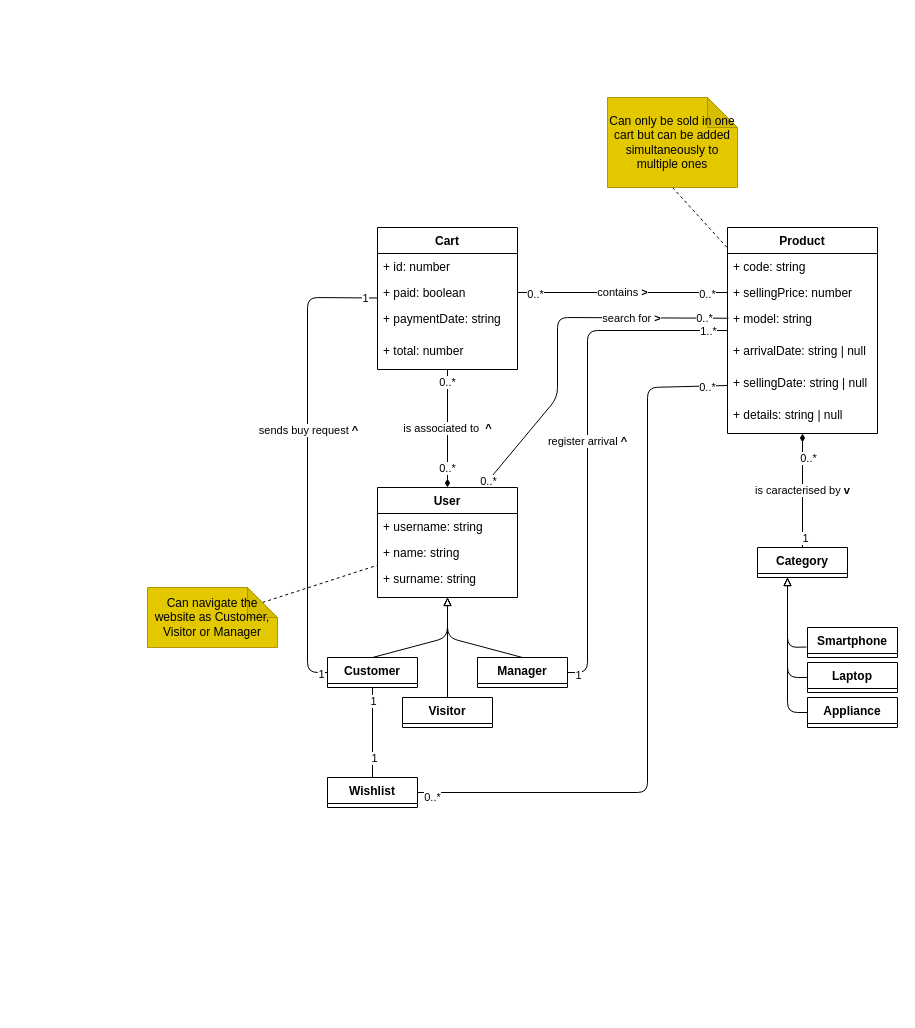
The draw.io diagram page "V2" (2 of 2) of figures/glossary.drawio in eduardz1/EZElectronics, before the edit. Source tidied: cells renumbered, new cells numbered last; positions are measured from the earlier drawing's top-left corner, leaving out a move shared by most shapes. Both pictures are drawn from the tidied source at 100%, with x=0, y=0 at pixel (147, 97).
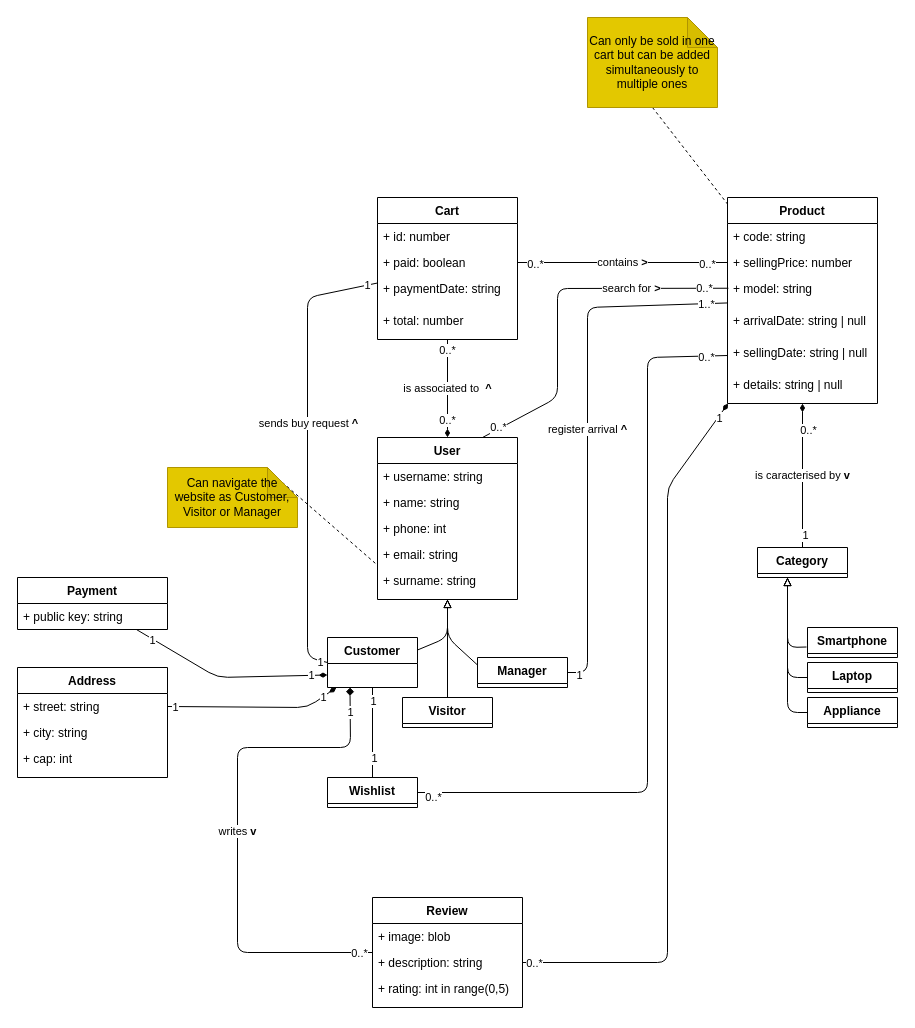
The same diagram, later.

The change refers to these unchanged cells:
```xml
<mxCell id="26" value="Manager" style="swimlane;fontStyle=1;horizontal=1;startSize=26;fillColor=none;" parent="1" vertex="1">
  <mxGeometry x="330" y="560" width="90" height="30" as="geometry" />
</mxCell>
<mxCell id="35" value="+ model: string" style="text;strokeColor=none;fillColor=none;align=left;verticalAlign=top;spacingLeft=4;spacingRight=4;overflow=hidden;points=[[0,0.5],[1,0.5]];portConstraint=eastwest;" parent="32" vertex="1">
  <mxGeometry y="78" width="150" height="32" as="geometry" />
</mxCell>
<mxCell id="37" value="+ sellingDate: string | null" style="text;strokeColor=none;fillColor=none;align=left;verticalAlign=top;spacingLeft=4;spacingRight=4;overflow=hidden;points=[[0,0.5],[1,0.5]];portConstraint=eastwest;" parent="32" vertex="1">
  <mxGeometry y="142" width="150" height="32" as="geometry" />
</mxCell>
<mxCell id="57" value="Wishlist" style="swimlane;fontStyle=1;horizontal=1;startSize=26;fillColor=none;" parent="1" vertex="1">
  <mxGeometry x="180" y="680" width="90" height="30" as="geometry" />
</mxCell>
```

Change to the diagram source:
```diff
@@
     <mxCell id="5" style="edgeStyle=none;html=1;exitX=0.75;exitY=0;exitDx=0;exitDy=0;endArrow=none;endFill=0;entryX=0.006;entryY=0.398;entryDx=0;entryDy=0;entryPerimeter=0;" parent="1" edge="1" source="9" target="35">
       <mxGeometry relative="1" as="geometry">
         <Array as="points">
           <mxPoint x="410" y="300" />
-          <mxPoint x="410" y="220" />
+          <mxPoint x="410" y="191" />
         </Array>
       </mxGeometry>
     </mxCell>
@@
     <mxCell id="8" value="0..*" style="edgeLabel;html=1;align=center;verticalAlign=middle;" parent="5" vertex="1">
-      <mxGeometry x="-0.95" relative="1" as="geometry" />
+      <mxGeometry x="-0.95" relative="1" as="geometry">
+        <mxPoint x="8" y="-6" as="offset" />
+      </mxGeometry>
     </mxCell>
     <mxCell id="9" value="User" style="swimlane;fontStyle=1;horizontal=1;startSize=26;fillColor=none;" parent="1" vertex="1">
-      <mxGeometry x="230" y="390" width="140" height="110" as="geometry" />
+      <mxGeometry x="230" y="340" width="140" height="162" as="geometry" />
     </mxCell>
@@
+    <mxCell id="62" value="+ phone: int" style="text;strokeColor=none;fillColor=none;align=left;verticalAlign=top;spacingLeft=4;spacingRight=4;overflow=hidden;" parent="9" vertex="1">
+      <mxGeometry y="78" width="140" height="26" as="geometry" />
+    </mxCell>
+    <mxCell id="63" value="+ email: string" style="text;strokeColor=none;fillColor=none;align=left;verticalAlign=top;spacingLeft=4;spacingRight=4;overflow=hidden;" parent="9" vertex="1">
+      <mxGeometry y="104" width="140" height="26" as="geometry" />
+    </mxCell>
     <mxCell id="12" value="+ surname: string" style="text;strokeColor=none;fillColor=none;align=left;verticalAlign=top;spacingLeft=4;spacingRight=4;overflow=hidden;points=[[0,0.5],[1,0.5]];portConstraint=eastwest;" parent="9" vertex="1">
-      <mxGeometry y="78" width="140" height="32" as="geometry" />
+      <mxGeometry y="130" width="140" height="32" as="geometry" />
     </mxCell>
-    <mxCell id="13" style="edgeStyle=none;html=1;exitX=0.5;exitY=0;exitDx=0;exitDy=0;endArrow=block;endFill=0;" parent="1" edge="1" source="21" target="9">
+    <mxCell id="13" style="edgeStyle=none;html=1;exitX=1;exitY=0.25;exitDx=0;exitDy=0;endArrow=block;endFill=0;" parent="1" edge="1" source="21" target="9">
       <mxGeometry relative="1" as="geometry">
         <Array as="points">
           <mxPoint x="300" y="540" />
         </Array>
       </mxGeometry>
     </mxCell>
     <mxCell id="14" style="edgeStyle=none;html=1;exitX=0;exitY=0.5;exitDx=0;exitDy=0;startArrow=none;startFill=0;endArrow=none;endFill=0;" parent="1" edge="1" source="21" target="27">
       <mxGeometry relative="1" as="geometry">
         <Array as="points">
-          <mxPoint x="160" y="575" />
+          <mxPoint x="160" y="560" />
           <mxPoint x="160" y="200" />
         </Array>
       </mxGeometry>
     </mxCell>
@@
+    <mxCell id="64" value="writes &lt;b&gt;v&lt;/b&gt;" style="edgeStyle=none;html=1;exitX=0.25;exitY=1;exitDx=0;exitDy=0;endArrow=none;endFill=0;startArrow=diamond;startFill=1;" parent="1" edge="1" source="21" target="70">
+      <mxGeometry relative="1" as="geometry">
+        <Array as="points">
+          <mxPoint x="203" y="650" />
+          <mxPoint x="90" y="650" />
+          <mxPoint x="90" y="855" />
+        </Array>
+      </mxGeometry>
+    </mxCell>
+    <mxCell id="65" value="1" style="edgeLabel;html=1;align=center;verticalAlign=middle;" parent="64" vertex="1">
+      <mxGeometry x="-0.95" relative="1" as="geometry">
+        <mxPoint y="12" as="offset" />
+      </mxGeometry>
+    </mxCell>
+    <mxCell id="66" value="0..*" style="edgeLabel;html=1;align=center;verticalAlign=middle;" parent="64" vertex="1">
+      <mxGeometry x="0.95" relative="1" as="geometry" />
+    </mxCell>
+    <mxCell id="67" style="edgeStyle=none;rounded=1;comic=0;jumpSize=6;html=1;exitX=0;exitY=0.75;exitDx=0;exitDy=0;strokeColor=default;strokeWidth=1;startArrow=diamondThin;startFill=1;endArrow=none;endFill=0;" parent="1" edge="1" source="21" target="81">
+      <mxGeometry relative="1" as="geometry">
+        <Array as="points">
+          <mxPoint x="70" y="580" />
+        </Array>
+      </mxGeometry>
+    </mxCell>
+    <mxCell id="68" value="1" style="edgeLabel;html=1;align=center;verticalAlign=middle;" parent="67" vertex="1">
+      <mxGeometry x="-0.83" relative="1" as="geometry" />
+    </mxCell>
+    <mxCell id="69" value="1" style="edgeLabel;html=1;align=center;verticalAlign=middle;" parent="67" vertex="1">
+      <mxGeometry x="0.81" y="1" relative="1" as="geometry" />
+    </mxCell>
     <mxCell id="21" value="Customer" style="swimlane;fontStyle=1;horizontal=1;startSize=26;fillColor=none;" parent="1" vertex="1">
-      <mxGeometry x="180" y="560" width="90" height="30" as="geometry" />
+      <mxGeometry x="180" y="540" width="90" height="50" as="geometry" />
     </mxCell>
-    <mxCell id="22" style="edgeStyle=none;html=1;exitX=0.5;exitY=0;exitDx=0;exitDy=0;entryX=0.5;entryY=1;entryDx=0;entryDy=0;endArrow=block;endFill=0;" parent="1" edge="1" source="26" target="9">
+    <mxCell id="22" style="edgeStyle=none;html=1;exitX=0;exitY=0.25;exitDx=0;exitDy=0;entryX=0.5;entryY=1;entryDx=0;entryDy=0;endArrow=block;endFill=0;" parent="1" edge="1" source="26" target="9">
       <mxGeometry relative="1" as="geometry">
         <Array as="points">
           <mxPoint x="300" y="540" />
         </Array>
       </mxGeometry>
     </mxCell>
     <mxCell id="23" value="register arrival &lt;b&gt;^&lt;/b&gt;" style="edgeStyle=none;html=1;exitX=1;exitY=0.5;exitDx=0;exitDy=0;startArrow=none;startFill=0;endArrow=none;endFill=0;" parent="1" edge="1" source="26" target="32">
       <mxGeometry relative="1" as="geometry">
         <Array as="points">
           <mxPoint x="440" y="575" />
-          <mxPoint x="440" y="233" />
+          <mxPoint x="440" y="210" />
         </Array>
       </mxGeometry>
     </mxCell>
@@
     <mxCell id="27" value="Cart" style="swimlane;fontStyle=1;horizontal=1;startSize=26;fillColor=none;" parent="1" vertex="1">
-      <mxGeometry x="230" y="130" width="140" height="142" as="geometry" />
+      <mxGeometry x="230" y="100" width="140" height="142" as="geometry" />
     </mxCell>
@@
     <mxCell id="32" value="Product" style="swimlane;fontStyle=1;horizontal=1;startSize=26;fillColor=none;" parent="1" vertex="1">
-      <mxGeometry x="580" y="130" width="150" height="206" as="geometry" />
+      <mxGeometry x="580" y="100" width="150" height="206" as="geometry" />
     </mxCell>
@@
     <mxCell id="53" value="Can only be sold in one cart but can be added simultaneously to multiple ones" style="shape=note;whiteSpace=wrap;html=1;backgroundOutline=1;darkOpacity=0.05;fillColor=#e3c800;strokeColor=#B09500;fontColor=#000000;" parent="1" vertex="1">
-      <mxGeometry x="460" width="130" height="90" as="geometry" />
+      <mxGeometry x="440" y="-80" width="130" height="90" as="geometry" />
     </mxCell>
     <mxCell id="54" style="edgeStyle=none;html=1;entryX=0;entryY=0.5;entryDx=0;entryDy=0;endArrow=none;endFill=0;exitX=1;exitY=0.5;exitDx=0;exitDy=0;" parent="1" edge="1" source="57" target="37">
       <mxGeometry relative="1" as="geometry">
         <Array as="points">
           <mxPoint x="500" y="695" />
-          <mxPoint x="500" y="290" />
+          <mxPoint x="500" y="260" />
         </Array>
       </mxGeometry>
     </mxCell>
@@
     <mxCell id="59" value="Can navigate the website as Customer, Visitor or Manager" style="shape=note;whiteSpace=wrap;html=1;backgroundOutline=1;darkOpacity=0.05;fillColor=#e3c800;strokeColor=#B09500;fontColor=#000000;" parent="1" vertex="1">
-      <mxGeometry y="490" width="130" height="60" as="geometry" />
+      <mxGeometry x="20" y="370" width="130" height="60" as="geometry" />
     </mxCell>
@@
+    <mxCell id="70" value="Review" style="swimlane;fontStyle=1;horizontal=1;startSize=26;fillColor=none;" parent="1" vertex="1">
+      <mxGeometry x="225" y="800" width="150" height="110" as="geometry" />
+    </mxCell>
+    <mxCell id="71" value="+ image: blob" style="text;strokeColor=none;fillColor=none;align=left;verticalAlign=top;spacingLeft=4;spacingRight=4;overflow=hidden;" parent="70" vertex="1">
+      <mxGeometry y="26" width="150" height="26" as="geometry" />
+    </mxCell>
+    <mxCell id="72" value="+ description: string" style="text;strokeColor=none;fillColor=none;align=left;verticalAlign=top;spacingLeft=4;spacingRight=4;overflow=hidden;points=[[0,0.5],[1,0.5]];portConstraint=eastwest;" parent="70" vertex="1">
+      <mxGeometry y="52" width="150" height="26" as="geometry" />
+    </mxCell>
+    <mxCell id="73" value="+ rating: int in range(0,5)" style="text;strokeColor=none;fillColor=none;align=left;verticalAlign=top;spacingLeft=4;spacingRight=4;overflow=hidden;" parent="70" vertex="1">
+      <mxGeometry y="78" width="150" height="32" as="geometry" />
+    </mxCell>
+    <mxCell id="74" style="edgeStyle=none;html=1;exitX=1;exitY=0.5;exitDx=0;exitDy=0;startArrow=none;startFill=0;endArrow=diamondThin;endFill=1;strokeWidth=1;rounded=1;strokeColor=default;jumpSize=6;comic=0;" parent="1" edge="1" source="72" target="32">
+      <mxGeometry relative="1" as="geometry">
+        <Array as="points">
+          <mxPoint x="520" y="865" />
+          <mxPoint x="520" y="390" />
+        </Array>
+      </mxGeometry>
+    </mxCell>
+    <mxCell id="75" value="1" style="edgeLabel;html=1;align=center;verticalAlign=middle;" parent="74" vertex="1">
+      <mxGeometry x="0.95" y="-1" relative="1" as="geometry" />
+    </mxCell>
+    <mxCell id="76" value="0..*" style="edgeLabel;html=1;align=center;verticalAlign=middle;" parent="74" vertex="1">
+      <mxGeometry x="-0.97" relative="1" as="geometry" />
+    </mxCell>
+    <mxCell id="77" value="Address" style="swimlane;fontStyle=1;horizontal=1;startSize=26;fillColor=none;" parent="1" vertex="1">
+      <mxGeometry x="-130" y="570" width="150" height="110" as="geometry" />
+    </mxCell>
+    <mxCell id="78" value="+ street: string" style="text;strokeColor=none;fillColor=none;align=left;verticalAlign=top;spacingLeft=4;spacingRight=4;overflow=hidden;points=[[0,0.5],[1,0.5]];portConstraint=eastwest;" parent="77" vertex="1">
+      <mxGeometry y="26" width="150" height="26" as="geometry" />
+    </mxCell>
+    <mxCell id="79" value="+ city: string" style="text;strokeColor=none;fillColor=none;align=left;verticalAlign=top;spacingLeft=4;spacingRight=4;overflow=hidden;" parent="77" vertex="1">
+      <mxGeometry y="52" width="150" height="26" as="geometry" />
+    </mxCell>
+    <mxCell id="80" value="+ cap: int" style="text;strokeColor=none;fillColor=none;align=left;verticalAlign=top;spacingLeft=4;spacingRight=4;overflow=hidden;" parent="77" vertex="1">
+      <mxGeometry y="78" width="150" height="32" as="geometry" />
+    </mxCell>
+    <mxCell id="81" value="Payment" style="swimlane;fontStyle=1;horizontal=1;startSize=26;fillColor=none;" parent="1" vertex="1">
+      <mxGeometry x="-130" y="480" width="150" height="52" as="geometry" />
+    </mxCell>
+    <mxCell id="82" value="+ public key: string" style="text;strokeColor=none;fillColor=none;align=left;verticalAlign=top;spacingLeft=4;spacingRight=4;overflow=hidden;" parent="81" vertex="1">
+      <mxGeometry y="26" width="150" height="26" as="geometry" />
+    </mxCell>
+    <mxCell id="83" style="edgeStyle=none;rounded=1;comic=0;jumpSize=6;html=1;exitX=1;exitY=0.5;exitDx=0;exitDy=0;strokeColor=default;strokeWidth=1;startArrow=none;startFill=0;endArrow=diamondThin;endFill=1;" parent="1" edge="1" source="78" target="21">
+      <mxGeometry relative="1" as="geometry">
+        <Array as="points">
+          <mxPoint x="160" y="610" />
+        </Array>
+      </mxGeometry>
+    </mxCell>
+    <mxCell id="84" value="1" style="edgeLabel;html=1;align=center;verticalAlign=middle;" parent="83" vertex="1">
+      <mxGeometry x="0.82" relative="1" as="geometry" />
+    </mxCell>
+    <mxCell id="85" value="1" style="edgeLabel;html=1;align=center;verticalAlign=middle;" parent="83" vertex="1">
+      <mxGeometry x="-0.91" relative="1" as="geometry" />
+    </mxCell>
```
